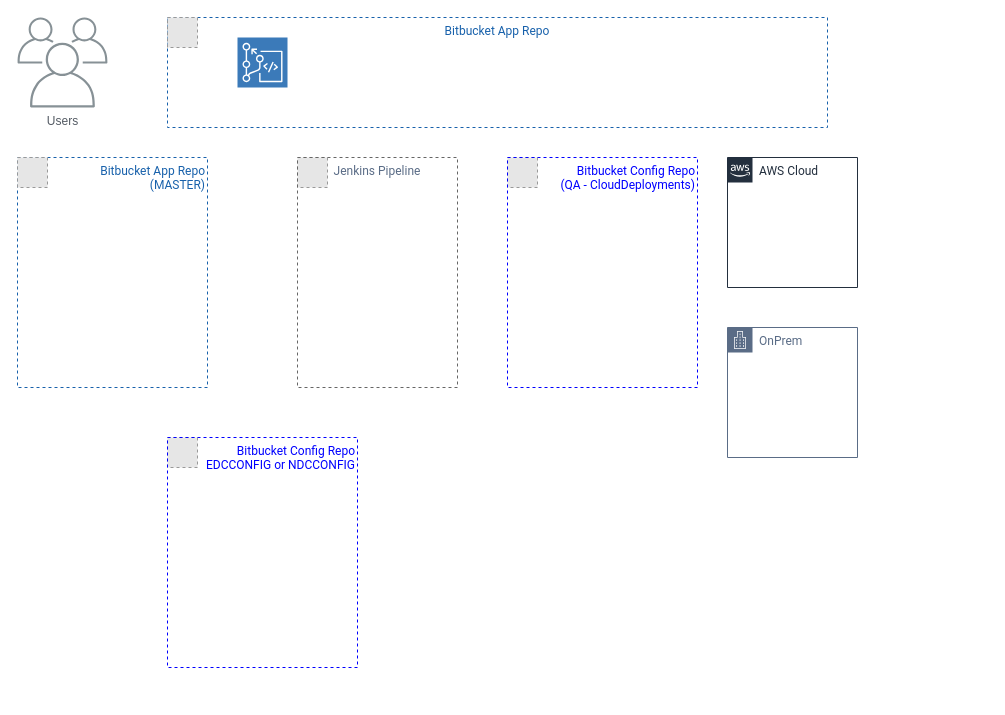
josephlim75/technologies keeps this draw.io diagram as DrawIO/CSM cicd.drawio. Above is the earlier version. Source tidied: cells renumbered, new cells numbered last; positions are measured from the earlier drawing's top-left corner, leaving out a move shared by most shapes. Both pictures are drawn from the tidied source at 100%, with x=0, y=0 at pixel (17, 17). Pictures stored in the file or linked from it are replaced by grey dashed boxes.
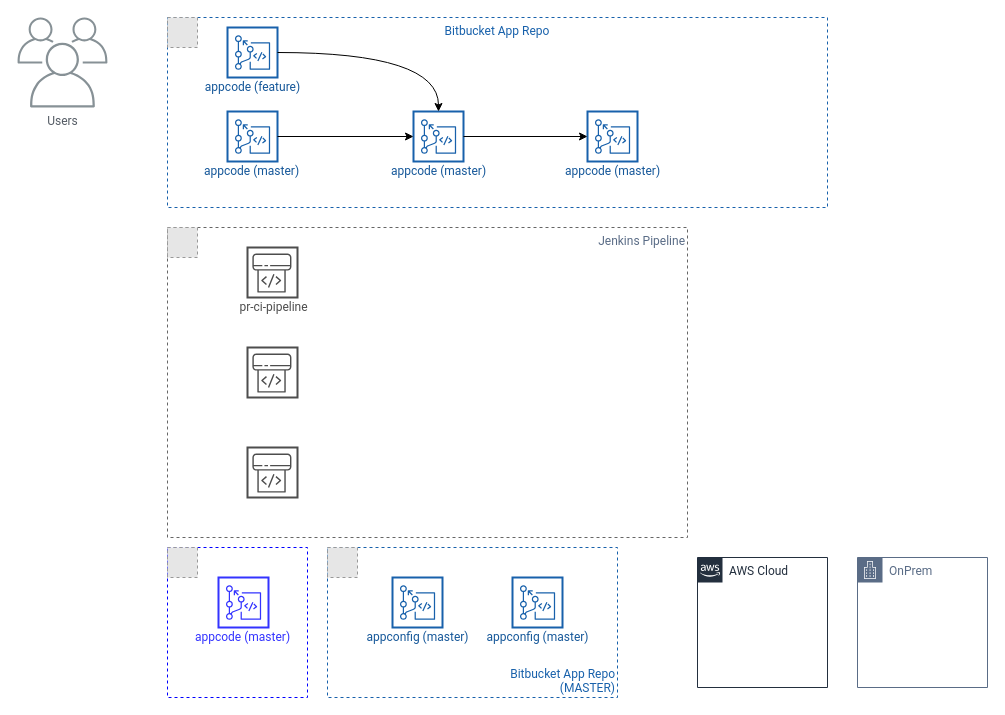
The same diagram, later.

What changed in the source:
```diff
@@
+    <mxCell id="13" style="fillColor=none;strokeColor=#0000FF;dashed=1;verticalAlign=top;fontStyle=0;fontColor=#0000FF;fontFamily=Roboto;align=right;" parent="1" vertex="1">
+      <mxGeometry x="150" y="530" width="140" height="150" as="geometry" />
+    </mxCell>
+    <mxCell id="10" value="Jenkins Pipeline" style="fillColor=none;strokeColor=#666666;dashed=1;verticalAlign=top;fontStyle=0;fontColor=#5A6C86;fontFamily=Roboto;align=right;" parent="1" vertex="1">
+      <mxGeometry x="150" y="210" width="520" height="310" as="geometry" />
+    </mxCell>
-    <mxCell id="2" value="Users" style="gradientColor=none;fontColor=#545B64;strokeColor=none;fillColor=#879196;dashed=0;verticalLabelPosition=bottom;verticalAlign=top;align=center;html=1;fontSize=12;fontStyle=0;shape=mxgraph.aws4.illustration_users;" parent="1" vertex="1">
+    <mxCell id="2" value="Users" style="gradientColor=none;fontColor=#545B64;strokeColor=none;fillColor=#879196;dashed=0;verticalLabelPosition=bottom;verticalAlign=top;align=center;html=1;fontSize=12;fontStyle=0;shape=mxgraph.aws4.illustration_users;fontFamily=Roboto;" parent="1" vertex="1">
       <mxGeometry width="90" height="90" as="geometry" />
     </mxCell>
     <mxCell id="3" value="Bitbucket App Repo" style="fillColor=none;strokeColor=#1861AB;dashed=1;verticalAlign=top;fontStyle=0;fontColor=#1861AB;fontFamily=Roboto;" parent="1" vertex="1">
-      <mxGeometry x="150" width="660" height="110" as="geometry" />
+      <mxGeometry x="150" width="660" height="190" as="geometry" />
     </mxCell>
     <mxCell id="4" value="AWS Cloud" style="gradientColor=none;html=1;whiteSpace=wrap;fontSize=12;fontStyle=0;shape=mxgraph.aws4.group;grIcon=mxgraph.aws4.group_aws_cloud_alt;strokeColor=#232F3E;fillColor=none;verticalAlign=top;align=left;spacingLeft=30;fontColor=#232F3E;dashed=0;fontFamily=Roboto;" parent="1" vertex="1">
-      <mxGeometry x="710" y="140" width="130" height="130" as="geometry" />
+      <mxGeometry x="680" y="540" width="130" height="130" as="geometry" />
     </mxCell>
     <mxCell id="5" value="OnPrem" style="gradientColor=none;html=1;whiteSpace=wrap;fontSize=12;fontStyle=0;shape=mxgraph.aws4.group;grIcon=mxgraph.aws4.group_corporate_data_center;strokeColor=#5A6C86;fillColor=none;verticalAlign=top;align=left;spacingLeft=30;fontColor=#5A6C86;dashed=0;fontFamily=Roboto;" parent="1" vertex="1">
-      <mxGeometry x="710" y="310" width="130" height="130" as="geometry" />
+      <mxGeometry x="840" y="540" width="130" height="130" as="geometry" />
     </mxCell>
@@
-    <mxCell id="7" value="Bitbucket App Repo &#10;(MASTER)" style="fillColor=none;strokeColor=#1861AB;dashed=1;verticalAlign=top;fontStyle=0;fontColor=#1861AB;fontFamily=Roboto;align=right;" parent="1" vertex="1">
-      <mxGeometry y="140" width="190" height="230" as="geometry" />
+    <mxCell id="7" value="Bitbucket App Repo &#10;(MASTER)" style="fillColor=none;strokeColor=#1861AB;dashed=1;verticalAlign=bottom;fontStyle=0;fontColor=#1861AB;fontFamily=Roboto;align=right;" parent="1" vertex="1">
+      <mxGeometry x="310" y="530" width="290" height="150" as="geometry" />
     </mxCell>
     <mxCell id="8" style="fillColor=#E6E6E6;strokeColor=#999999;dashed=1;verticalLabelPosition=bottom;verticalAlign=top;" parent="1" vertex="1">
-      <mxGeometry y="140" width="30" height="30" as="geometry" />
+      <mxGeometry x="310" y="530" width="30" height="30" as="geometry" />
     </mxCell>
     <mxCell id="9" style="fillColor=#E6E6E6;strokeColor=#999999;dashed=1;verticalLabelPosition=bottom;verticalAlign=top;fontColor=#1861AB;" parent="1" vertex="1">
-      <mxGeometry x="280" y="140" width="30" height="30" as="geometry" />
+      <mxGeometry x="150" y="210" width="30" height="30" as="geometry" />
     </mxCell>
-    <mxCell id="10" value="Jenkins Pipeline" style="fillColor=none;strokeColor=#666666;dashed=1;verticalAlign=top;fontStyle=0;fontColor=#5A6C86;fontFamily=Roboto;" parent="1" vertex="1">
-      <mxGeometry x="280" y="140" width="160" height="230" as="geometry" />
-    </mxCell>
-    <mxCell id="11" style="fontColor=#232F3E;gradientColor=none;gradientDirection=north;fillColor=#3B7AB9;strokeColor=#ffffff;dashed=0;verticalLabelPosition=bottom;verticalAlign=top;align=center;html=1;fontSize=12;fontStyle=0;shape=mxgraph.aws4.resourceIcon;resIcon=mxgraph.aws4.codecommit;" parent="1" vertex="1">
-      <mxGeometry x="220" y="20" width="50" height="50" as="geometry" />
-    </mxCell>
     <mxCell id="12" style="fillColor=#E6E6E6;strokeColor=#999999;dashed=1;verticalLabelPosition=bottom;verticalAlign=top;fontFamily=Roboto;fontColor=#1861AB;" parent="1" vertex="1">
-      <mxGeometry x="490" y="140" width="30" height="30" as="geometry" />
+      <mxGeometry x="150" y="530" width="30" height="30" as="geometry" />
     </mxCell>
-    <mxCell id="13" value="Bitbucket Config Repo &#10;(QA - CloudDeployments)" style="fillColor=none;strokeColor=#0000FF;dashed=1;verticalAlign=top;fontStyle=0;fontColor=#0000FF;fontFamily=Roboto;align=right;" parent="1" vertex="1">
-      <mxGeometry x="490" y="140" width="190" height="230" as="geometry" />
-    </mxCell>
-    <mxCell id="14" style="fillColor=#E6E6E6;strokeColor=#999999;dashed=1;verticalLabelPosition=bottom;verticalAlign=top;fontFamily=Roboto;fontColor=#1861AB;" parent="1" vertex="1">
-      <mxGeometry x="150" y="420" width="30" height="30" as="geometry" />
-    </mxCell>
-    <mxCell id="15" value="Bitbucket Config Repo&#10;EDCCONFIG or NDCCONFIG" style="fillColor=none;strokeColor=#0000FF;dashed=1;verticalAlign=top;fontStyle=0;fontColor=#0000FF;fontFamily=Roboto;align=right;" parent="1" vertex="1">
-      <mxGeometry x="150" y="420" width="190" height="230" as="geometry" />
-    </mxCell>
+    <mxCell id="16" style="group;" parent="1" vertex="1">
+      <mxGeometry x="210" y="10" width="50" height="50" as="geometry" />
+    </mxCell>
+    <mxCell id="17" style="whiteSpace=wrap;html=1;strokeColor=#1861AB;strokeWidth=2;fillColor=none;gradientColor=none;fontFamily=Roboto;fontColor=#0000FF;align=right;" parent="16" vertex="1">
+      <mxGeometry width="50" height="50" as="geometry" />
+    </mxCell>
+    <mxCell id="18" style="fontColor=#232F3E;gradientColor=#4D72F3;gradientDirection=north;fillColor=none;strokeColor=#1861AB;dashed=0;verticalLabelPosition=bottom;verticalAlign=top;align=center;html=1;fontSize=12;fontStyle=0;shape=mxgraph.aws4.resourceIcon;resIcon=mxgraph.aws4.codecommit;" parent="16" vertex="1">
+      <mxGeometry x="3.1" y="3.1" width="43.9" height="43.9" as="geometry" />
+    </mxCell>
+    <mxCell id="19" style="group;" parent="1" vertex="1">
+      <mxGeometry x="210" y="94" width="50" height="50" as="geometry" />
+    </mxCell>
+    <mxCell id="20" style="whiteSpace=wrap;html=1;strokeColor=#1861AB;strokeWidth=2;fillColor=none;gradientColor=none;fontFamily=Roboto;fontColor=#0000FF;align=right;" parent="19" vertex="1">
+      <mxGeometry width="50" height="50" as="geometry" />
+    </mxCell>
+    <mxCell id="21" style="fontColor=#232F3E;gradientColor=#4D72F3;gradientDirection=north;fillColor=none;strokeColor=#1861AB;dashed=0;verticalLabelPosition=bottom;verticalAlign=top;align=center;html=1;fontSize=12;fontStyle=0;shape=mxgraph.aws4.resourceIcon;resIcon=mxgraph.aws4.codecommit;" parent="19" vertex="1">
+      <mxGeometry x="3.1" y="3.1" width="43.9" height="43.9" as="geometry" />
+    </mxCell>
+    <mxCell id="22" style="group;" parent="1" vertex="1">
+      <mxGeometry x="396" y="94" width="50" height="50" as="geometry" />
+    </mxCell>
+    <mxCell id="23" style="whiteSpace=wrap;html=1;strokeColor=#1861AB;strokeWidth=2;fillColor=none;gradientColor=none;fontFamily=Roboto;fontColor=#0000FF;align=right;" parent="22" vertex="1">
+      <mxGeometry width="50" height="50" as="geometry" />
+    </mxCell>
+    <mxCell id="24" style="fontColor=#232F3E;gradientColor=#4D72F3;gradientDirection=north;fillColor=none;strokeColor=#1861AB;dashed=0;verticalLabelPosition=bottom;verticalAlign=top;align=center;html=1;fontSize=12;fontStyle=0;shape=mxgraph.aws4.resourceIcon;resIcon=mxgraph.aws4.codecommit;" parent="22" vertex="1">
+      <mxGeometry x="3.1" y="3.1" width="43.9" height="43.9" as="geometry" />
+    </mxCell>
+    <mxCell id="25" style="group;" parent="1" vertex="1">
+      <mxGeometry x="230" y="230" width="50" height="50" as="geometry" />
+    </mxCell>
+    <mxCell id="26" style="whiteSpace=wrap;html=1;strokeColor=#4D4D4D;strokeWidth=2;fillColor=none;gradientColor=none;fontFamily=Roboto;fontColor=#0000FF;align=right;" parent="25" vertex="1">
+      <mxGeometry width="50" height="50" as="geometry" />
+    </mxCell>
+    <mxCell id="27" style="fontColor=#232F3E;gradientColor=#4D72F3;gradientDirection=north;fillColor=none;strokeColor=#4D4D4D;dashed=0;verticalLabelPosition=bottom;verticalAlign=top;align=center;html=1;fontSize=12;fontStyle=0;shape=mxgraph.aws4.resourceIcon;resIcon=mxgraph.aws4.codepipeline;" parent="25" vertex="1">
+      <mxGeometry y="1.2" width="48.8" height="48.8" as="geometry" />
+    </mxCell>
+    <mxCell id="28" style="group;" parent="1" vertex="1">
+      <mxGeometry x="230" y="430" width="50" height="50" as="geometry" />
+    </mxCell>
+    <mxCell id="29" style="whiteSpace=wrap;html=1;strokeColor=#4D4D4D;strokeWidth=2;fillColor=none;gradientColor=none;fontFamily=Roboto;fontColor=#0000FF;align=right;" parent="28" vertex="1">
+      <mxGeometry width="50" height="50" as="geometry" />
+    </mxCell>
+    <mxCell id="30" style="fontColor=#232F3E;gradientColor=#4D72F3;gradientDirection=north;fillColor=none;strokeColor=#4D4D4D;dashed=0;verticalLabelPosition=bottom;verticalAlign=top;align=center;html=1;fontSize=12;fontStyle=0;shape=mxgraph.aws4.resourceIcon;resIcon=mxgraph.aws4.codepipeline;" parent="28" vertex="1">
+      <mxGeometry y="1.2" width="48.8" height="48.8" as="geometry" />
+    </mxCell>
+    <mxCell id="31" style="group;" parent="1" vertex="1">
+      <mxGeometry x="230" y="330" width="50" height="50" as="geometry" />
+    </mxCell>
+    <mxCell id="32" style="whiteSpace=wrap;html=1;strokeColor=#4D4D4D;strokeWidth=2;fillColor=none;gradientColor=none;fontFamily=Roboto;fontColor=#0000FF;align=right;" parent="31" vertex="1">
+      <mxGeometry width="50" height="50" as="geometry" />
+    </mxCell>
+    <mxCell id="33" style="fontColor=#232F3E;gradientColor=#4D72F3;gradientDirection=north;fillColor=none;strokeColor=#4D4D4D;dashed=0;verticalLabelPosition=bottom;verticalAlign=top;align=center;html=1;fontSize=12;fontStyle=0;shape=mxgraph.aws4.resourceIcon;resIcon=mxgraph.aws4.codepipeline;" parent="31" vertex="1">
+      <mxGeometry y="1.2" width="48.8" height="48.8" as="geometry" />
+    </mxCell>
+    <mxCell id="34" style="group;" parent="1" vertex="1">
+      <mxGeometry x="375" y="560" width="50" height="50" as="geometry" />
+    </mxCell>
+    <mxCell id="35" style="whiteSpace=wrap;html=1;strokeColor=#1861AB;strokeWidth=2;fillColor=none;gradientColor=none;fontFamily=Roboto;fontColor=#0000FF;align=right;" parent="34" vertex="1">
+      <mxGeometry width="50" height="50" as="geometry" />
+    </mxCell>
+    <mxCell id="36" style="fontColor=#232F3E;gradientColor=#4D72F3;gradientDirection=north;fillColor=none;strokeColor=#1861AB;dashed=0;verticalLabelPosition=bottom;verticalAlign=top;align=center;html=1;fontSize=12;fontStyle=0;shape=mxgraph.aws4.resourceIcon;resIcon=mxgraph.aws4.codecommit;" parent="34" vertex="1">
+      <mxGeometry x="3.1" y="3.1" width="43.9" height="43.9" as="geometry" />
+    </mxCell>
+    <mxCell id="37" value="appconfig (master)" style="text;html=1;align=center;verticalAlign=middle;fillColor=none;strokeColor=none;rounded=0;fontFamily=Roboto;fontColor=#155799;" parent="1" vertex="1">
+      <mxGeometry x="340" y="610" width="120" height="20" as="geometry" />
+    </mxCell>
+    <mxCell id="38" value="appcode (&lt;span&gt;feature&lt;/span&gt;)" style="text;html=1;align=center;verticalAlign=middle;fillColor=none;strokeColor=none;rounded=0;fontFamily=Roboto;fontColor=#155799;fontStyle=0;" parent="1" vertex="1">
+      <mxGeometry x="180" y="60" width="110" height="20" as="geometry" />
+    </mxCell>
+    <mxCell id="39" value="appcode (master)" style="text;html=1;align=center;verticalAlign=middle;fillColor=none;strokeColor=none;rounded=0;fontFamily=Roboto;fontColor=#155799;" parent="1" vertex="1">
+      <mxGeometry x="179" y="144" width="110" height="20" as="geometry" />
+    </mxCell>
+    <mxCell id="40" style="edgeStyle=orthogonalEdgeStyle;rounded=0;jettySize=auto;html=1;fontFamily=Roboto;fontColor=#155799;exitX=1;exitY=0.5;exitDx=0;exitDy=0;entryX=0;entryY=0.5;entryDx=0;entryDy=0;" parent="1" edge="1" source="20" target="23">
+      <mxGeometry relative="1" as="geometry" />
+    </mxCell>
+    <mxCell id="41" value="appcode (master)" style="text;html=1;align=center;verticalAlign=middle;fillColor=none;strokeColor=none;rounded=0;fontFamily=Roboto;fontColor=#155799;" parent="1" vertex="1">
+      <mxGeometry x="366" y="144" width="110" height="20" as="geometry" />
+    </mxCell>
+    <mxCell id="42" style="group;" parent="1" vertex="1">
+      <mxGeometry x="570" y="94" width="50" height="50" as="geometry" />
+    </mxCell>
+    <mxCell id="43" style="whiteSpace=wrap;html=1;strokeColor=#1861AB;strokeWidth=2;fillColor=none;gradientColor=none;fontFamily=Roboto;fontColor=#0000FF;align=right;" parent="42" vertex="1">
+      <mxGeometry width="50" height="50" as="geometry" />
+    </mxCell>
+    <mxCell id="44" style="fontColor=#232F3E;gradientColor=#4D72F3;gradientDirection=north;fillColor=none;strokeColor=#1861AB;dashed=0;verticalLabelPosition=bottom;verticalAlign=top;align=center;html=1;fontSize=12;fontStyle=0;shape=mxgraph.aws4.resourceIcon;resIcon=mxgraph.aws4.codecommit;" parent="42" vertex="1">
+      <mxGeometry x="3.1" y="3.1" width="43.9" height="43.9" as="geometry" />
+    </mxCell>
+    <mxCell id="45" value="appcode (master)" style="text;html=1;align=center;verticalAlign=middle;fillColor=none;strokeColor=none;rounded=0;fontFamily=Roboto;fontColor=#155799;" parent="1" vertex="1">
+      <mxGeometry x="540" y="144" width="110" height="20" as="geometry" />
+    </mxCell>
+    <mxCell id="46" style="edgeStyle=orthogonalEdgeStyle;rounded=0;jettySize=auto;html=1;fontFamily=Roboto;fontColor=#155799;exitX=1;exitY=0.5;exitDx=0;exitDy=0;entryX=0;entryY=0.5;entryDx=0;entryDy=0;" parent="1" edge="1" source="23" target="43">
+      <mxGeometry relative="1" as="geometry" />
+    </mxCell>
+    <mxCell id="47" style="group;" parent="1" vertex="1">
+      <mxGeometry x="495" y="560" width="50" height="50" as="geometry" />
+    </mxCell>
+    <mxCell id="48" style="whiteSpace=wrap;html=1;strokeColor=#1861AB;strokeWidth=2;fillColor=none;gradientColor=none;fontFamily=Roboto;fontColor=#0000FF;align=right;" parent="47" vertex="1">
+      <mxGeometry width="50" height="50" as="geometry" />
+    </mxCell>
+    <mxCell id="49" style="fontColor=#232F3E;gradientColor=#4D72F3;gradientDirection=north;fillColor=none;strokeColor=#1861AB;dashed=0;verticalLabelPosition=bottom;verticalAlign=top;align=center;html=1;fontSize=12;fontStyle=0;shape=mxgraph.aws4.resourceIcon;resIcon=mxgraph.aws4.codecommit;" parent="47" vertex="1">
+      <mxGeometry x="3.1" y="3.1" width="43.9" height="43.9" as="geometry" />
+    </mxCell>
+    <mxCell id="50" value="appconfig (master)" style="text;html=1;align=center;verticalAlign=middle;fillColor=none;strokeColor=none;rounded=0;fontFamily=Roboto;fontColor=#155799;" parent="1" vertex="1">
+      <mxGeometry x="460" y="610" width="120" height="20" as="geometry" />
+    </mxCell>
+    <mxCell id="51" style="endArrow=classic;html=1;fontFamily=Roboto;fontColor=#155799;exitX=1;exitY=0.5;exitDx=0;exitDy=0;entryX=0.5;entryY=0;entryDx=0;entryDy=0;edgeStyle=orthogonalEdgeStyle;curved=1;" parent="1" edge="1" source="17" target="23">
+      <mxGeometry relative="1" as="geometry" />
+    </mxCell>
+    <mxCell id="52" value="appcode (master)" style="text;html=1;align=center;verticalAlign=middle;fillColor=none;strokeColor=none;rounded=0;fontFamily=Roboto;fontColor=#3333FF;" parent="1" vertex="1">
+      <mxGeometry x="170" y="610" width="110" height="20" as="geometry" />
+    </mxCell>
+    <mxCell id="53" style="group;" parent="1" vertex="1">
+      <mxGeometry x="201" y="560" width="50" height="50" as="geometry" />
+    </mxCell>
+    <mxCell id="54" style="whiteSpace=wrap;html=1;strokeColor=#3333FF;strokeWidth=2;fillColor=none;gradientColor=none;fontFamily=Roboto;fontColor=#0000FF;align=right;" parent="53" vertex="1">
+      <mxGeometry width="50" height="50" as="geometry" />
+    </mxCell>
+    <mxCell id="55" style="fontColor=#232F3E;gradientColor=#4D72F3;gradientDirection=north;fillColor=none;strokeColor=#3333FF;dashed=0;verticalLabelPosition=bottom;verticalAlign=top;align=center;html=1;fontSize=12;fontStyle=0;shape=mxgraph.aws4.resourceIcon;resIcon=mxgraph.aws4.codecommit;" parent="53" vertex="1">
+      <mxGeometry x="3.1" y="3.1" width="43.9" height="43.9" as="geometry" />
+    </mxCell>
+    <mxCell id="56" value="pr-ci-pipeline" style="text;html=1;align=center;verticalAlign=middle;fillColor=none;strokeColor=none;rounded=0;fontFamily=Roboto;fontColor=#4D4D4D;" parent="1" vertex="1">
+      <mxGeometry x="216" y="280" width="80" height="20" as="geometry" />
+    </mxCell>
```
